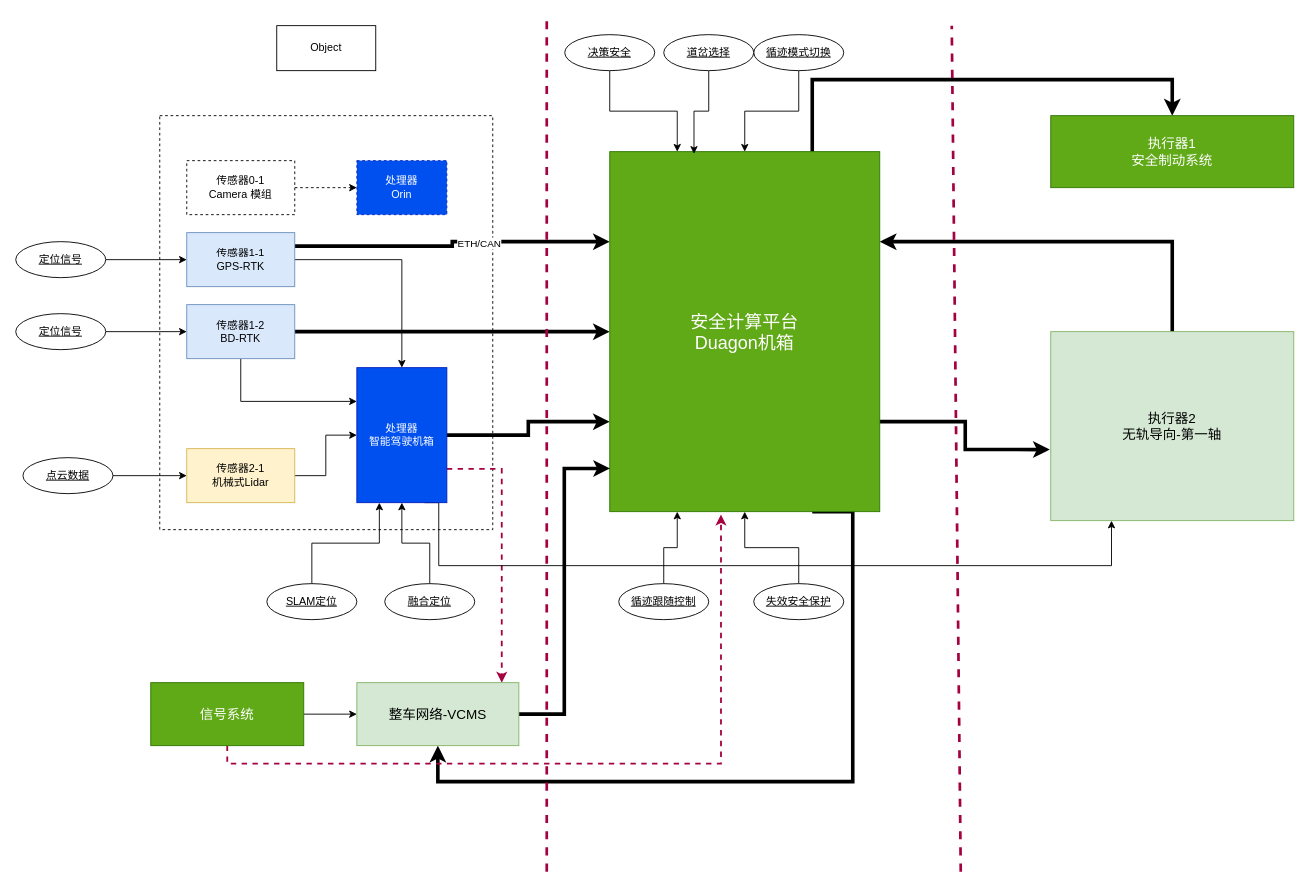
Above: page "Entity" (1 of 3) of 马来循迹控制_SIL2方案.drawio in FrankWong-cs/SharingwithColleagues (draw.io), before the change. Source tidied: cells renumbered, new cells numbered last; positions are measured from the earlier drawing's top-left corner, leaving out a move shared by most shapes. Both pictures are drawn from the tidied source at 90%, with x=0, y=0 at pixel (15, 16).
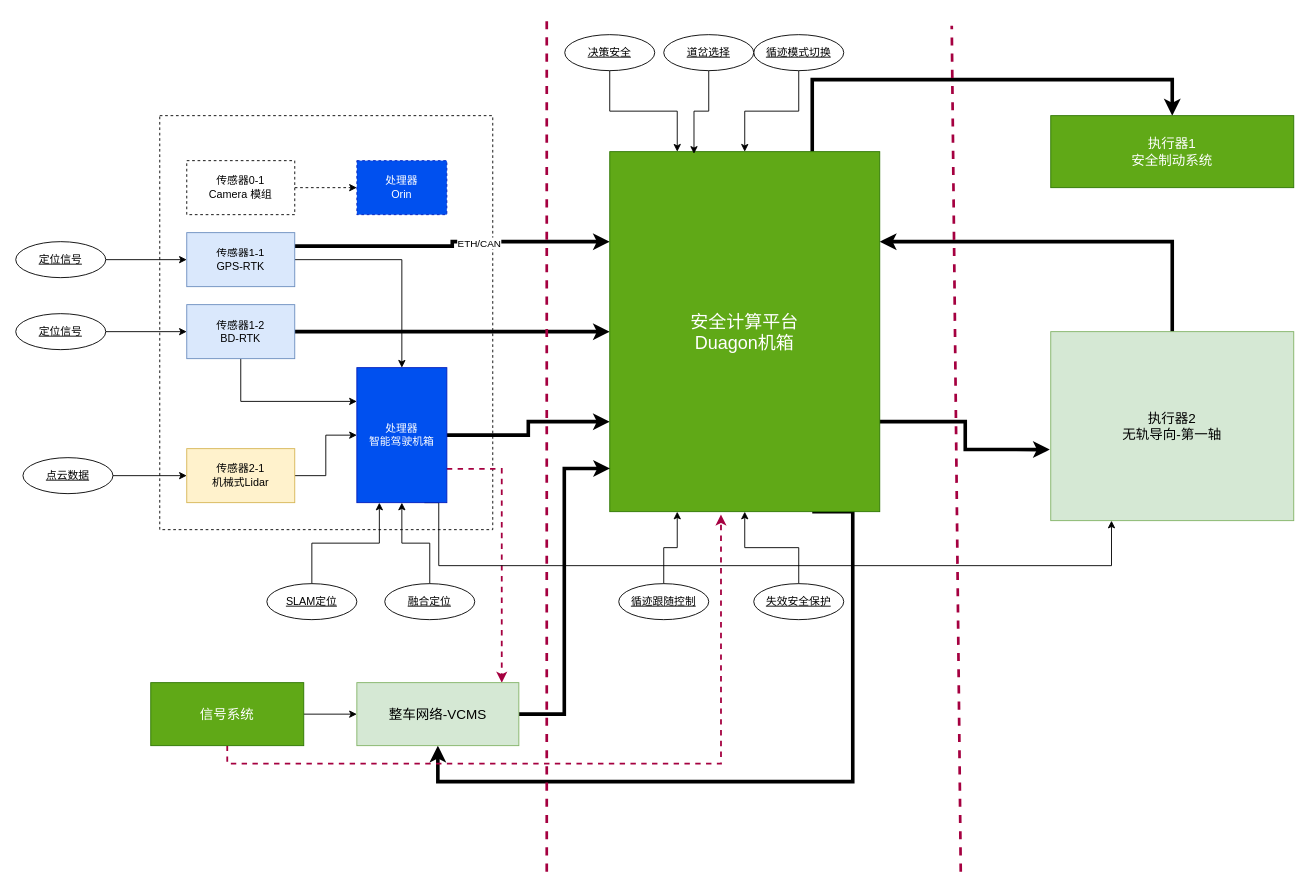
The same page after the edit.

Diff of the diagram source:
```diff
@@
-    <mxCell id="53" value="Object" style="html=1;whiteSpace=wrap;" parent="1" vertex="1">
-      <mxGeometry x="290" y="10" width="110" height="50" as="geometry" />
-    </mxCell>
```
